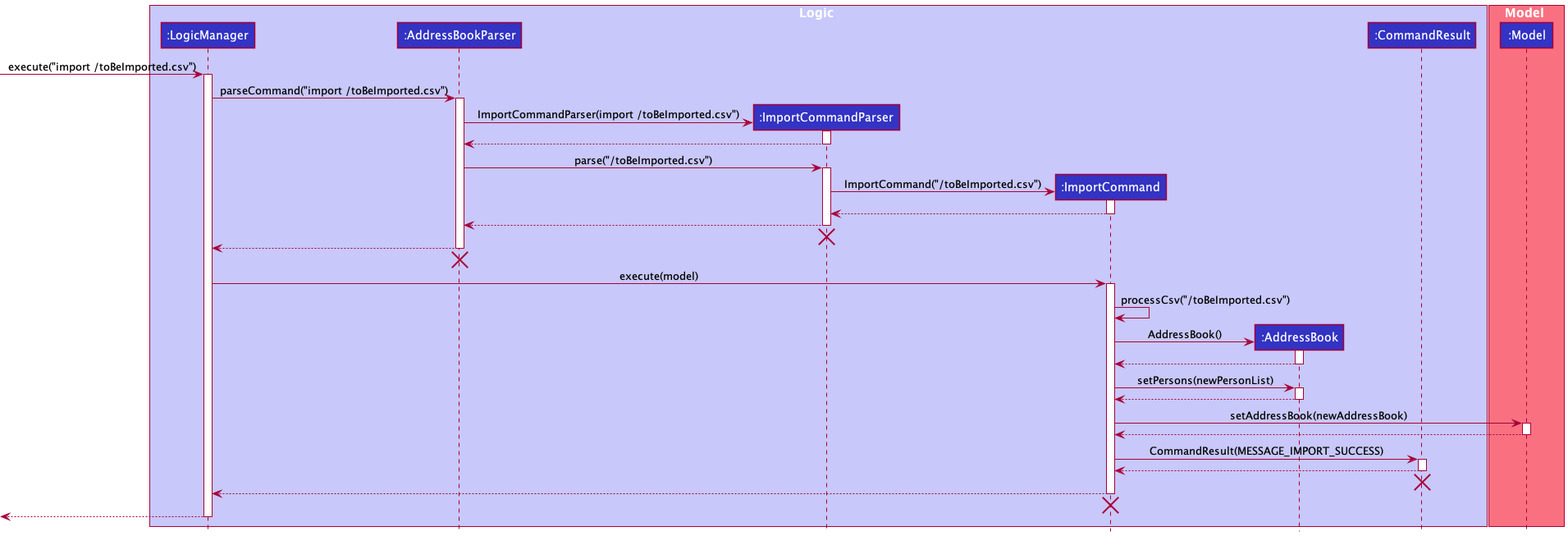
Before: docs/images/ImportSequenceDiagram.png, a diagram exported from PlantUML (szelongq/tp). Source of this version:
```plantuml
@startuml
!include style.puml

box Logic LOGIC_COLOR_T1
participant ":LogicManager" as LogicManager LOGIC_COLOR
participant ":AddressBookParser" as AddressBookParser LOGIC_COLOR
participant ":ImportCommandParser" as ImportCommandParser LOGIC_COLOR
participant ":ImportCommand" as ImportCommand LOGIC_COLOR
participant ":AddressBook" as AddressBook LOGIC_COLOR
participant ":Model" as Model LOGIC_COLOR
participant ":CommandResult" as CommandResult LOGIC_COLOR
end box

box Model MODEL_COLOR_T1
participant ":Model" as Model MODEL_COLOR
end box

[-> LogicManager : execute("import /toBeImported.csv")
activate LogicManager

LogicManager -> AddressBookParser : parseCommand("import /toBeImported.csv")
activate AddressBookParser

create ImportCommandParser
AddressBookParser -> ImportCommandParser : ImportCommandParser(import /toBeImported.csv")
activate ImportCommandParser

ImportCommandParser --> AddressBookParser
deactivate ImportCommandParser

AddressBookParser -> ImportCommandParser : parse("/toBeImported.csv")
activate ImportCommandParser

create ImportCommand
ImportCommandParser -> ImportCommand : ImportCommand("/toBeImported.csv")
activate ImportCommand

ImportCommand --> ImportCommandParser :
deactivate ImportCommand

ImportCommandParser --> AddressBookParser :
deactivate ImportCommandParser
ImportCommandParser -[hidden]-> AddressBookParser
destroy ImportCommandParser

AddressBookParser --> LogicManager :
deactivate AddressBookParser
AddressBookParser -[hidden]-> LogicManager
destroy AddressBookParser

LogicManager -> ImportCommand : execute(model)
activate ImportCommand

ImportCommand -> ImportCommand : processCsv("/toBeImported.csv")

create AddressBook
ImportCommand -> AddressBook : AddressBook()
activate AddressBook

AddressBook --> ImportCommand
deactivate AddressBook

ImportCommand -> AddressBook : setPersons(newPersonList)
activate AddressBook

AddressBook --> ImportCommand
deactivate AddressBook

ImportCommand -> Model : setAddressBook(newAddressBook)
activate Model

Model --> ImportCommand
deactivate Model

ImportCommand -> CommandResult : CommandResult(MESSAGE_IMPORT_SUCCESS)
activate CommandResult

CommandResult --> ImportCommand
deactivate CommandResult
CommandResult -[hidden]-> ImportCommand
destroy CommandResult

ImportCommand --> LogicManager
deactivate ImportCommand
ImportCommand -[hidden]-> LogicManager
destroy ImportCommand

[<--LogicManager
deactivate LogicManager
@enduml
```
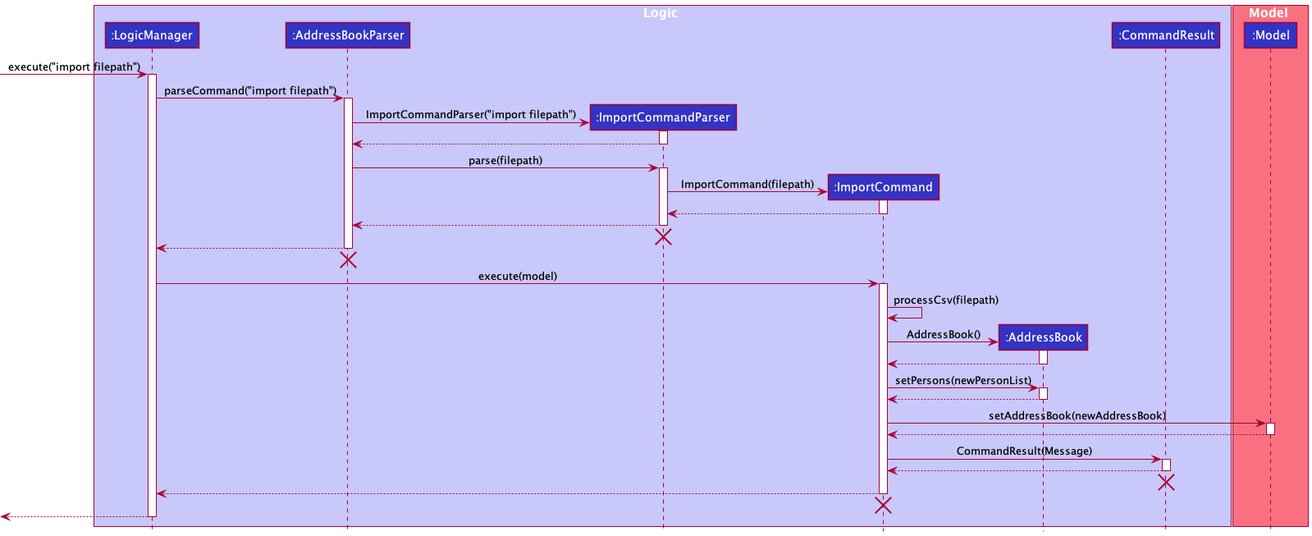
Later version of the same file.

Change to the diagram source:
```diff
@@ -15,24 +15,24 @@
 participant ":Model" as Model MODEL_COLOR
 end box
 
-[-> LogicManager : execute("import /toBeImported.csv")
+[-> LogicManager : execute("import filepath")
 activate LogicManager
 
-LogicManager -> AddressBookParser : parseCommand("import /toBeImported.csv")
+LogicManager -> AddressBookParser : parseCommand("import filepath")
 activate AddressBookParser
 
 create ImportCommandParser
-AddressBookParser -> ImportCommandParser : ImportCommandParser(import /toBeImported.csv")
+AddressBookParser -> ImportCommandParser : ImportCommandParser("import filepath")
 activate ImportCommandParser
 
 ImportCommandParser --> AddressBookParser
 deactivate ImportCommandParser
 
-AddressBookParser -> ImportCommandParser : parse("/toBeImported.csv")
+AddressBookParser -> ImportCommandParser : parse(filepath)
 activate ImportCommandParser
 
 create ImportCommand
-ImportCommandParser -> ImportCommand : ImportCommand("/toBeImported.csv")
+ImportCommandParser -> ImportCommand : ImportCommand(filepath)
 activate ImportCommand
 
 ImportCommand --> ImportCommandParser :
@@ -51,7 +51,7 @@
 LogicManager -> ImportCommand : execute(model)
 activate ImportCommand
 
-ImportCommand -> ImportCommand : processCsv("/toBeImported.csv")
+ImportCommand -> ImportCommand : processCsv(filepath)
 
 create AddressBook
 ImportCommand -> AddressBook : AddressBook()
@@ -72,7 +72,7 @@
 Model --> ImportCommand
 deactivate Model
 
-ImportCommand -> CommandResult : CommandResult(MESSAGE_IMPORT_SUCCESS)
+ImportCommand -> CommandResult : CommandResult(Message)
 activate CommandResult
 
 CommandResult --> ImportCommand
```
